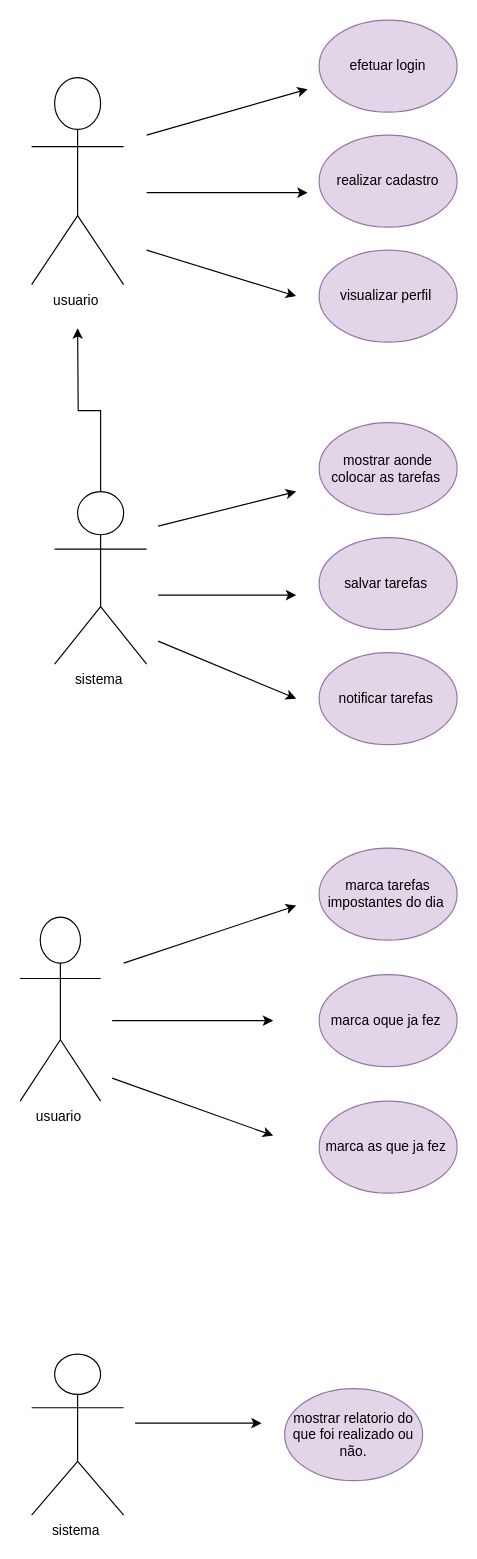
This is page "Página-5" (5 of 6) of Diagramaaula.drawio from juju378/diagramasderequisitos, a draw.io file, before an edit. Source tidied: cells renumbered, new cells numbered last; positions are measured from the earlier drawing's top-left corner, leaving out a move shared by most shapes. Both pictures are drawn from the tidied source at 115%, with x=0, y=0 at pixel (20, 20).
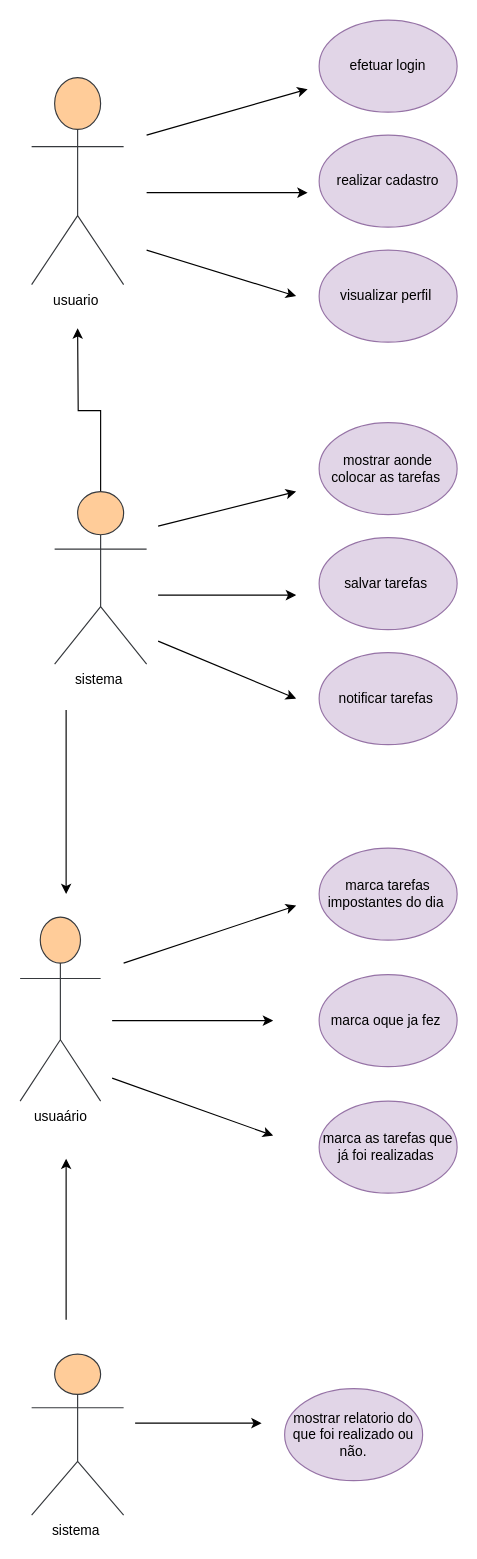
After the change.

Diff of the diagram source:
```diff
@@
-    <mxCell id="2" value="usuario&amp;nbsp;" style="shape=umlActor;verticalLabelPosition=bottom;verticalAlign=top;html=1;" parent="1" vertex="1">
+    <mxCell id="2" value="usuario&amp;nbsp;" style="shape=umlActor;verticalLabelPosition=bottom;verticalAlign=top;html=1;fillColor=#ffcc99;strokeColor=#36393d;" parent="1" vertex="1">
       <mxGeometry x="10" y="50" width="80" height="180" as="geometry" />
     </mxCell>
@@
-    <mxCell id="10" value="sistema&amp;nbsp;" style="shape=umlActor;verticalLabelPosition=bottom;verticalAlign=top;html=1;outlineConnect=0;" parent="1" vertex="1">
+    <mxCell id="10" value="sistema&amp;nbsp;" style="shape=umlActor;verticalLabelPosition=bottom;verticalAlign=top;html=1;outlineConnect=0;fillColor=#ffcc99;strokeColor=#36393d;" parent="1" vertex="1">
       <mxGeometry x="30" y="410" width="80" height="150" as="geometry" />
     </mxCell>
@@
-    <mxCell id="19" value="marca as que ja fez&amp;nbsp;" style="ellipse;whiteSpace=wrap;html=1;fillColor=#e1d5e7;strokeColor=#9673a6;" parent="1" vertex="1">
-      <mxGeometry x="260" y="940" width="120" height="80" as="geometry" />
-    </mxCell>
-    <mxCell id="20" value="usuario&amp;nbsp;" style="shape=umlActor;verticalLabelPosition=bottom;verticalAlign=top;html=1;" parent="1" vertex="1">
+    <mxCell id="20" value="usuaário" style="shape=umlActor;verticalLabelPosition=bottom;verticalAlign=top;html=1;fillColor=#ffcc99;strokeColor=#36393d;" parent="1" vertex="1">
       <mxGeometry y="780" width="70" height="160" as="geometry" />
     </mxCell>
@@
-    <mxCell id="24" value="sistema&amp;nbsp;" style="shape=umlActor;verticalLabelPosition=bottom;verticalAlign=top;html=1;" parent="1" vertex="1">
+    <mxCell id="24" value="sistema&amp;nbsp;" style="shape=umlActor;verticalLabelPosition=bottom;verticalAlign=top;html=1;fillColor=#ffcc99;strokeColor=#36393d;" parent="1" vertex="1">
       <mxGeometry x="10" y="1160" width="80" height="140" as="geometry" />
     </mxCell>
@@
+    <mxCell id="27" style="endArrow=classic;html=1;rounded=0;" parent="1" edge="1">
+      <mxGeometry relative="1" as="geometry">
+        <mxPoint x="40" y="600" as="sourcePoint" />
+        <mxPoint x="40" y="760" as="targetPoint" />
+        <Array as="points">
+          <mxPoint x="40" y="600" />
+          <mxPoint x="40" y="680" />
+          <mxPoint x="40" y="740" />
+        </Array>
+      </mxGeometry>
+    </mxCell>
+    <mxCell id="28" style="endArrow=classic;html=1;rounded=0;" parent="1" edge="1">
+      <mxGeometry relative="1" as="geometry">
+        <mxPoint x="40" y="1130" as="sourcePoint" />
+        <mxPoint x="40" y="990" as="targetPoint" />
+      </mxGeometry>
+    </mxCell>
+    <mxCell id="29" value="marca as tarefas que já foi realizadas&amp;nbsp;" style="ellipse;whiteSpace=wrap;html=1;fillColor=#e1d5e7;strokeColor=#9673a6;" parent="1" vertex="1">
+      <mxGeometry x="260" y="940" width="120" height="80" as="geometry" />
+    </mxCell>
```
